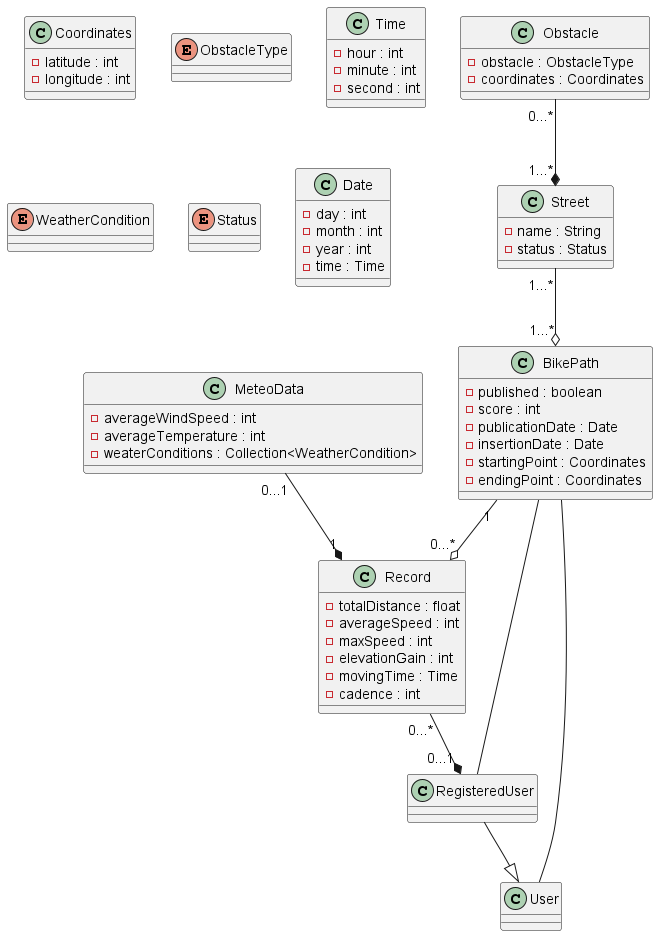
This is RASD/images/BBP.png from ilevinci/RubinoUvinsiVinciguerra, a PlantUML export, as it was before one commit.
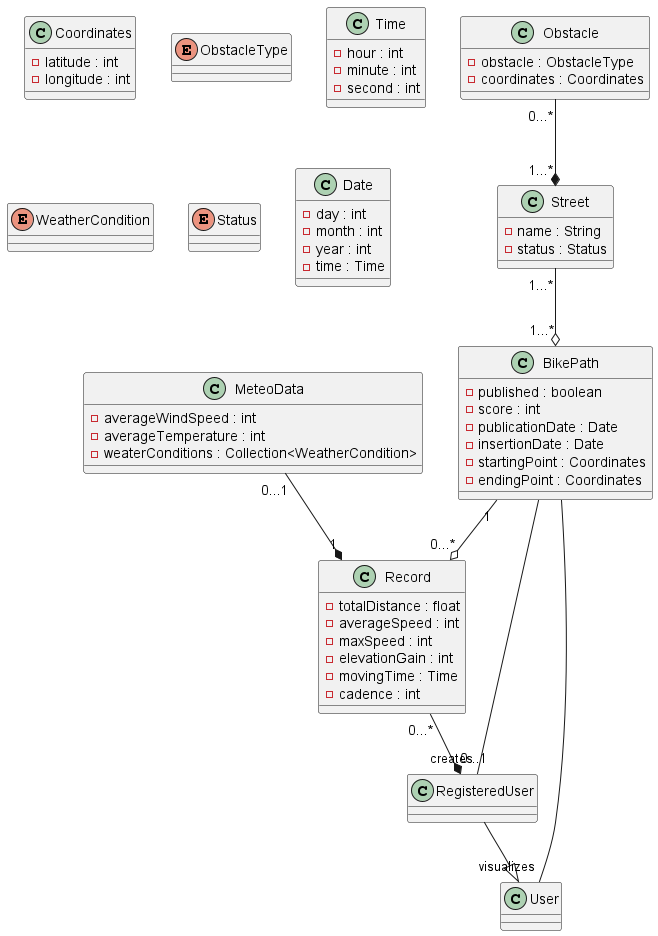
The same file after the commit.

The edit, as a diff of the source:
```diff
@@ -86,7 +86,7 @@
 
 Street "1...*" --o "1...*" BikePath
 
-RegisteredUser --  BikePath
+RegisteredUser "creates"--  BikePath
 
-User -- BikePath
+User "visualizes"-- BikePath
 @enduml
```
